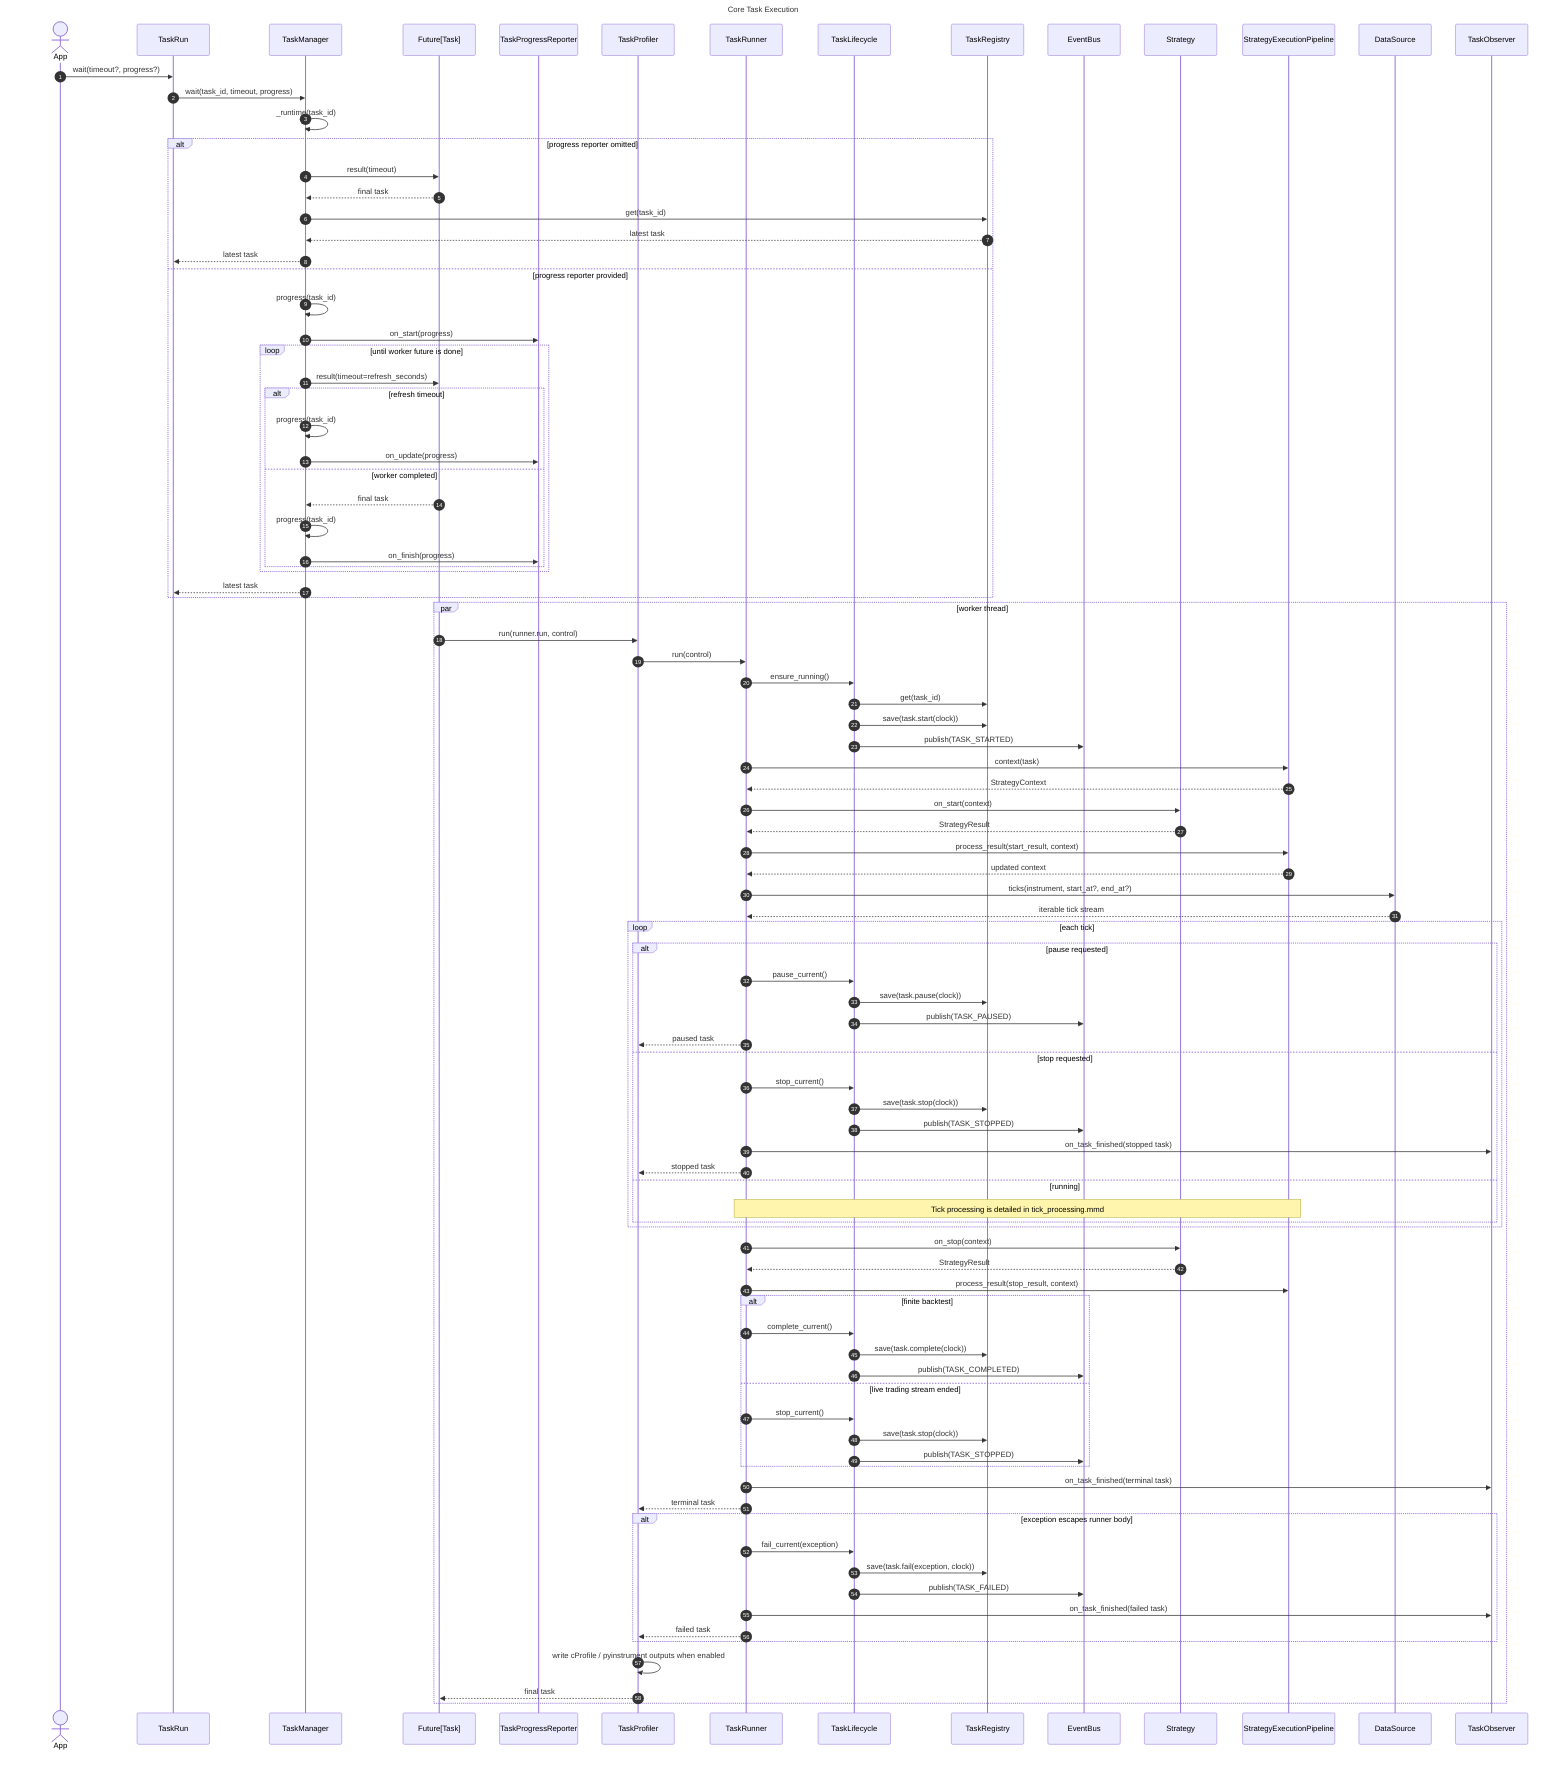
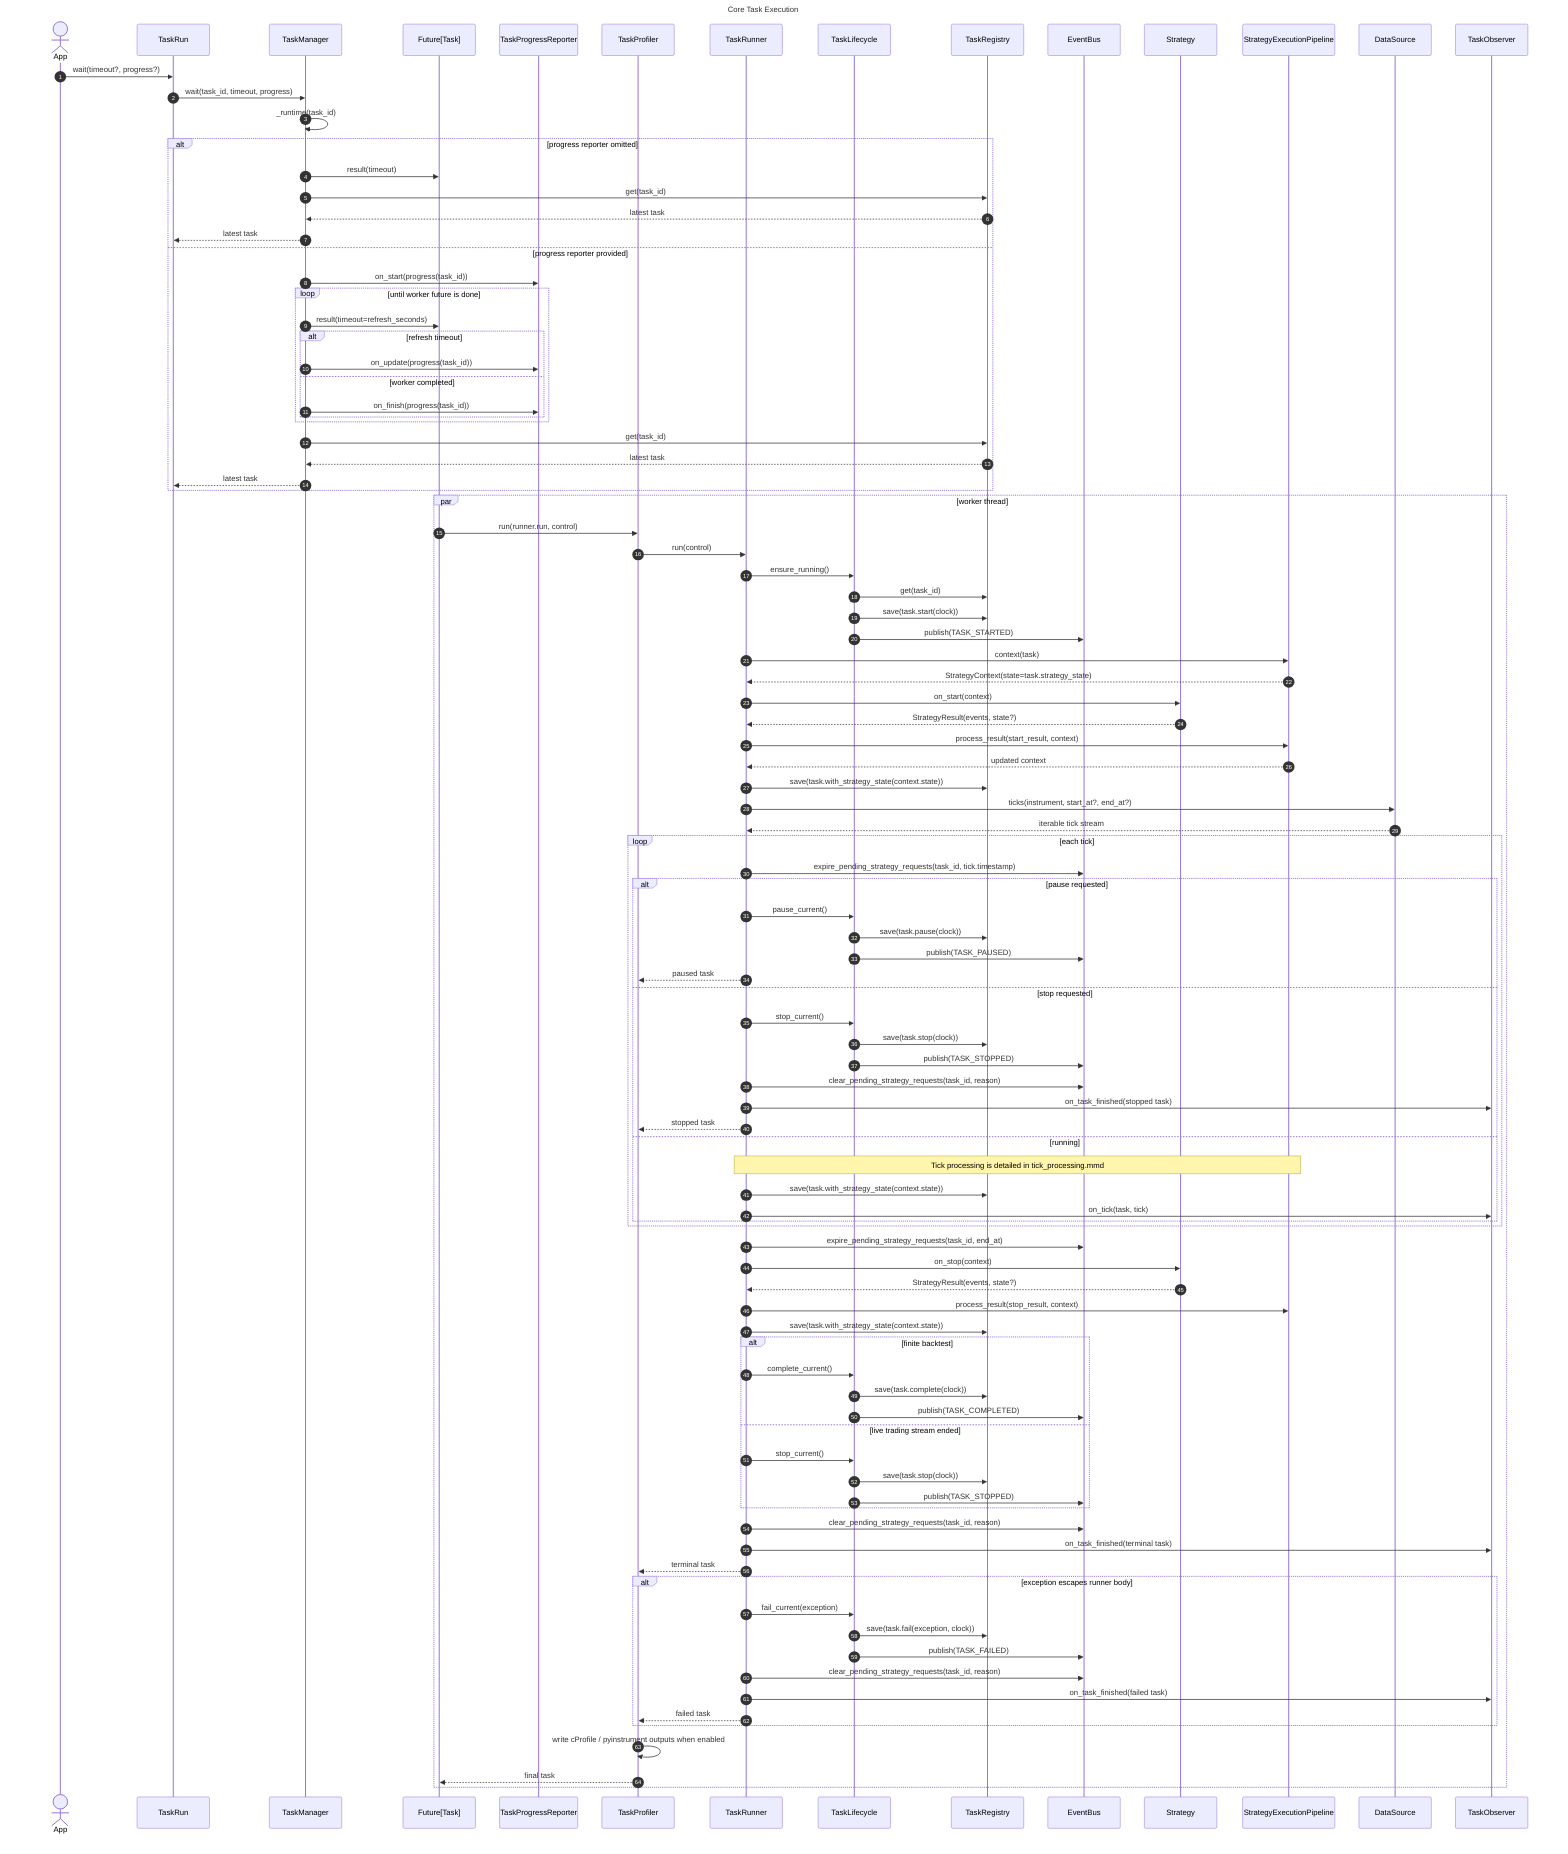
sequenceDiagram
    title Core Task Execution
    autonumber

    actor App
    participant Run as TaskRun
    participant Manager as TaskManager
    participant Future as Future[Task]
    participant Progress as TaskProgressReporter
    participant Profiler as TaskProfiler
    participant Runner as TaskRunner
    participant Lifecycle as TaskLifecycle
    participant Registry as TaskRegistry
    participant Bus as EventBus
    participant Strategy as Strategy
    participant Pipeline as StrategyExecutionPipeline
    participant Source as DataSource
    participant Observer as TaskObserver

    App->>Run: wait(timeout?, progress?)
    Run->>Manager: wait(task_id, timeout, progress)
    Manager->>Manager: _runtime(task_id)

    alt progress reporter omitted
        Manager->>Future: result(timeout)
-         Future-->>Manager: final task
        Manager->>Registry: get(task_id)
        Registry-->>Manager: latest task
        Manager-->>Run: latest task
    else progress reporter provided
-         Manager->>Manager: progress(task_id)
-         Manager->>Progress: on_start(progress)
+         Manager->>Progress: on_start(progress(task_id))
        loop until worker future is done
            Manager->>Future: result(timeout=refresh_seconds)
            alt refresh timeout
-                 Manager->>Manager: progress(task_id)
-                 Manager->>Progress: on_update(progress)
+                 Manager->>Progress: on_update(progress(task_id))
            else worker completed
-                 Future-->>Manager: final task
-                 Manager->>Manager: progress(task_id)
-                 Manager->>Progress: on_finish(progress)
+                 Manager->>Progress: on_finish(progress(task_id))
            end
        end
+         Manager->>Registry: get(task_id)
+         Registry-->>Manager: latest task
        Manager-->>Run: latest task
    end

    par worker thread
        Future->>Profiler: run(runner.run, control)
        Profiler->>Runner: run(control)
        Runner->>Lifecycle: ensure_running()
        Lifecycle->>Registry: get(task_id)
        Lifecycle->>Registry: save(task.start(clock))
        Lifecycle->>Bus: publish(TASK_STARTED)

        Runner->>Pipeline: context(task)
-         Pipeline-->>Runner: StrategyContext
+         Pipeline-->>Runner: StrategyContext(state=task.strategy_state)
        Runner->>Strategy: on_start(context)
-         Strategy-->>Runner: StrategyResult
+         Strategy-->>Runner: StrategyResult(events, state?)
        Runner->>Pipeline: process_result(start_result, context)
        Pipeline-->>Runner: updated context
+         Runner->>Registry: save(task.with_strategy_state(context.state))

        Runner->>Source: ticks(instrument, start_at?, end_at?)
        Source-->>Runner: iterable tick stream

        loop each tick
+             Runner->>Bus: expire_pending_strategy_requests(task_id, tick.timestamp)
            alt pause requested
                Runner->>Lifecycle: pause_current()
                Lifecycle->>Registry: save(task.pause(clock))
                Lifecycle->>Bus: publish(TASK_PAUSED)
                Runner-->>Profiler: paused task
            else stop requested
                Runner->>Lifecycle: stop_current()
                Lifecycle->>Registry: save(task.stop(clock))
                Lifecycle->>Bus: publish(TASK_STOPPED)
+                 Runner->>Bus: clear_pending_strategy_requests(task_id, reason)
                Runner->>Observer: on_task_finished(stopped task)
                Runner-->>Profiler: stopped task
            else running
                Note over Runner,Pipeline: Tick processing is detailed in tick_processing.mmd
+                 Runner->>Registry: save(task.with_strategy_state(context.state))
+                 Runner->>Observer: on_tick(task, tick)
            end
        end

+         Runner->>Bus: expire_pending_strategy_requests(task_id, end_at)
        Runner->>Strategy: on_stop(context)
-         Strategy-->>Runner: StrategyResult
+         Strategy-->>Runner: StrategyResult(events, state?)
        Runner->>Pipeline: process_result(stop_result, context)
+         Runner->>Registry: save(task.with_strategy_state(context.state))
        alt finite backtest
            Runner->>Lifecycle: complete_current()
            Lifecycle->>Registry: save(task.complete(clock))
            Lifecycle->>Bus: publish(TASK_COMPLETED)
        else live trading stream ended
            Runner->>Lifecycle: stop_current()
            Lifecycle->>Registry: save(task.stop(clock))
            Lifecycle->>Bus: publish(TASK_STOPPED)
        end
+         Runner->>Bus: clear_pending_strategy_requests(task_id, reason)
        Runner->>Observer: on_task_finished(terminal task)
        Runner-->>Profiler: terminal task

        alt exception escapes runner body
            Runner->>Lifecycle: fail_current(exception)
            Lifecycle->>Registry: save(task.fail(exception, clock))
            Lifecycle->>Bus: publish(TASK_FAILED)
+             Runner->>Bus: clear_pending_strategy_requests(task_id, reason)
            Runner->>Observer: on_task_finished(failed task)
            Runner-->>Profiler: failed task
        end

        Profiler->>Profiler: write cProfile / pyinstrument outputs when enabled
        Profiler-->>Future: final task
    end
